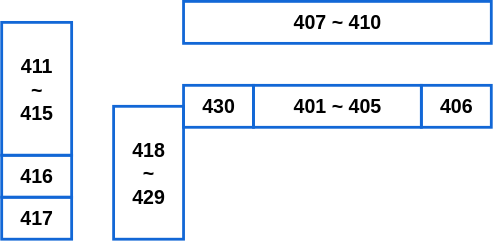
DKU-Opensource-Team23/Empty-Bear-FE keeps this draw.io diagram as public/images/floorplans/software/4f.svg. Above is the earlier version. Source tidied: cells renumbered, new cells last; positions are measured from the earlier drawing's top-left corner, leaving out a move shared by most shapes. The source it was exported from:
```xml
<mxGraphModel>
  <root>
    <mxCell id="0" />
    <mxCell id="1" parent="0" />
    <mxCell id="2" value="401 ~ 405" style="whiteSpace=wrap;html=1;rounded=0;strokeColor=#1267D6;strokeWidth=2;align=center;verticalAlign=middle;fontFamily=sans-serif;fontSize=14;fontColor=default;fontStyle=1;fillColor=none;gradientColor=none;" parent="1" vertex="1">
      <mxGeometry x="180" y="60" width="120" height="30" as="geometry" />
    </mxCell>
    <mxCell id="3" value="411&lt;div&gt;~&lt;/div&gt;&lt;div&gt;415&lt;/div&gt;" style="whiteSpace=wrap;html=1;rounded=0;strokeColor=#1267D6;strokeWidth=2;align=center;verticalAlign=middle;fontFamily=sans-serif;fontSize=14;fontColor=default;fontStyle=1;fillColor=none;gradientColor=none;" parent="1" vertex="1">
      <mxGeometry y="15" width="50" height="95" as="geometry" />
    </mxCell>
    <mxCell id="4" value="&lt;div&gt;418&lt;/div&gt;&lt;div&gt;~&lt;/div&gt;&lt;div&gt;429&lt;/div&gt;" style="whiteSpace=wrap;html=1;rounded=0;strokeColor=#1267D6;strokeWidth=2;align=center;verticalAlign=middle;fontFamily=sans-serif;fontSize=14;fontColor=default;fontStyle=1;fillColor=none;gradientColor=none;" parent="1" vertex="1">
      <mxGeometry x="80" y="75" width="50" height="95" as="geometry" />
    </mxCell>
    <mxCell id="5" value="416" style="whiteSpace=wrap;html=1;rounded=0;strokeColor=#1267D6;strokeWidth=2;align=center;verticalAlign=middle;fontFamily=sans-serif;fontSize=14;fontColor=default;fontStyle=1;fillColor=none;gradientColor=none;" parent="1" vertex="1">
      <mxGeometry y="110" width="50" height="30" as="geometry" />
    </mxCell>
    <mxCell id="6" value="417" style="whiteSpace=wrap;html=1;rounded=0;strokeColor=#1267D6;strokeWidth=2;align=center;verticalAlign=middle;fontFamily=sans-serif;fontSize=14;fontColor=default;fontStyle=1;fillColor=none;gradientColor=none;" parent="1" vertex="1">
      <mxGeometry y="140" width="50" height="30" as="geometry" />
    </mxCell>
    <mxCell id="7" value="406" style="whiteSpace=wrap;html=1;rounded=0;strokeColor=#1267D6;strokeWidth=2;align=center;verticalAlign=middle;fontFamily=sans-serif;fontSize=14;fontColor=default;fontStyle=1;fillColor=none;gradientColor=none;" parent="1" vertex="1">
      <mxGeometry x="300" y="60" width="50" height="30" as="geometry" />
    </mxCell>
    <mxCell id="8" value="430" style="whiteSpace=wrap;html=1;rounded=0;strokeColor=#1267D6;strokeWidth=2;align=center;verticalAlign=middle;fontFamily=sans-serif;fontSize=14;fontColor=default;fontStyle=1;fillColor=none;gradientColor=none;" parent="1" vertex="1">
      <mxGeometry x="130" y="60" width="50" height="30" as="geometry" />
    </mxCell>
    <mxCell id="9" value="407 ~ 410" style="whiteSpace=wrap;html=1;rounded=0;strokeColor=#1267D6;strokeWidth=2;align=center;verticalAlign=middle;fontFamily=sans-serif;fontSize=14;fontColor=default;fontStyle=1;fillColor=none;gradientColor=none;" parent="1" vertex="1">
      <mxGeometry x="130" width="220" height="30" as="geometry" />
    </mxCell>
  </root>
</mxGraphModel>
```
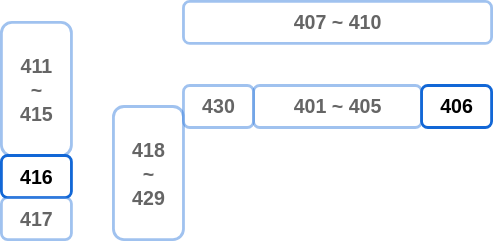
Later version of the same file.

The edit, as a diff of the source:
```diff
@@ -2,28 +2,28 @@
   <root>
     <mxCell id="0" />
     <mxCell id="1" parent="0" />
-    <mxCell id="2" value="401 ~ 405" style="whiteSpace=wrap;html=1;rounded=0;strokeColor=#1267D6;strokeWidth=2;align=center;verticalAlign=middle;fontFamily=sans-serif;fontSize=14;fontColor=default;fontStyle=1;fillColor=none;gradientColor=none;" parent="1" vertex="1">
+    <mxCell id="2" value="401 ~ 405" style="whiteSpace=wrap;html=1;rounded=1;strokeColor=#1267D6;strokeWidth=2;align=center;verticalAlign=middle;fontFamily=sans-serif;fontSize=14;fontColor=default;fontStyle=1;fillColor=#FFFFFF;gradientColor=none;shadow=0;glass=0;fillStyle=auto;opacity=40;textOpacity=60;" parent="1" vertex="1">
       <mxGeometry x="180" y="60" width="120" height="30" as="geometry" />
     </mxCell>
-    <mxCell id="3" value="411&lt;div&gt;~&lt;/div&gt;&lt;div&gt;415&lt;/div&gt;" style="whiteSpace=wrap;html=1;rounded=0;strokeColor=#1267D6;strokeWidth=2;align=center;verticalAlign=middle;fontFamily=sans-serif;fontSize=14;fontColor=default;fontStyle=1;fillColor=none;gradientColor=none;" parent="1" vertex="1">
+    <mxCell id="3" value="411&lt;div&gt;~&lt;/div&gt;&lt;div&gt;415&lt;/div&gt;" style="whiteSpace=wrap;html=1;rounded=1;strokeColor=#1267D6;strokeWidth=2;align=center;verticalAlign=middle;fontFamily=sans-serif;fontSize=14;fontColor=default;fontStyle=1;fillColor=#FFFFFF;gradientColor=none;shadow=0;glass=0;fillStyle=auto;opacity=40;textOpacity=60;" parent="1" vertex="1">
       <mxGeometry y="15" width="50" height="95" as="geometry" />
     </mxCell>
-    <mxCell id="4" value="&lt;div&gt;418&lt;/div&gt;&lt;div&gt;~&lt;/div&gt;&lt;div&gt;429&lt;/div&gt;" style="whiteSpace=wrap;html=1;rounded=0;strokeColor=#1267D6;strokeWidth=2;align=center;verticalAlign=middle;fontFamily=sans-serif;fontSize=14;fontColor=default;fontStyle=1;fillColor=none;gradientColor=none;" parent="1" vertex="1">
+    <mxCell id="4" value="&lt;div&gt;418&lt;/div&gt;&lt;div&gt;~&lt;/div&gt;&lt;div&gt;429&lt;/div&gt;" style="whiteSpace=wrap;html=1;rounded=1;strokeColor=#1267D6;strokeWidth=2;align=center;verticalAlign=middle;fontFamily=sans-serif;fontSize=14;fontColor=default;fontStyle=1;fillColor=#FFFFFF;gradientColor=none;shadow=0;glass=0;fillStyle=auto;opacity=40;textOpacity=60;" parent="1" vertex="1">
       <mxGeometry x="80" y="75" width="50" height="95" as="geometry" />
     </mxCell>
-    <mxCell id="5" value="416" style="whiteSpace=wrap;html=1;rounded=0;strokeColor=#1267D6;strokeWidth=2;align=center;verticalAlign=middle;fontFamily=sans-serif;fontSize=14;fontColor=default;fontStyle=1;fillColor=none;gradientColor=none;" parent="1" vertex="1">
+    <mxCell id="5" value="416" style="whiteSpace=wrap;html=1;rounded=1;strokeColor=#1267D6;strokeWidth=2;align=center;verticalAlign=middle;fontFamily=sans-serif;fontSize=14;fontColor=default;fontStyle=1;fillColor=none;gradientColor=none;" parent="1" vertex="1">
       <mxGeometry y="110" width="50" height="30" as="geometry" />
     </mxCell>
-    <mxCell id="6" value="417" style="whiteSpace=wrap;html=1;rounded=0;strokeColor=#1267D6;strokeWidth=2;align=center;verticalAlign=middle;fontFamily=sans-serif;fontSize=14;fontColor=default;fontStyle=1;fillColor=none;gradientColor=none;" parent="1" vertex="1">
+    <mxCell id="6" value="417" style="whiteSpace=wrap;html=1;rounded=1;strokeColor=#1267D6;strokeWidth=2;align=center;verticalAlign=middle;fontFamily=sans-serif;fontSize=14;fontColor=default;fontStyle=1;fillColor=#FFFFFF;gradientColor=none;shadow=0;glass=0;fillStyle=auto;opacity=40;textOpacity=60;" parent="1" vertex="1">
       <mxGeometry y="140" width="50" height="30" as="geometry" />
     </mxCell>
-    <mxCell id="7" value="406" style="whiteSpace=wrap;html=1;rounded=0;strokeColor=#1267D6;strokeWidth=2;align=center;verticalAlign=middle;fontFamily=sans-serif;fontSize=14;fontColor=default;fontStyle=1;fillColor=none;gradientColor=none;" parent="1" vertex="1">
+    <mxCell id="7" value="406" style="whiteSpace=wrap;html=1;rounded=1;strokeColor=#1267D6;strokeWidth=2;align=center;verticalAlign=middle;fontFamily=sans-serif;fontSize=14;fontColor=default;fontStyle=1;fillColor=none;gradientColor=none;" parent="1" vertex="1">
       <mxGeometry x="300" y="60" width="50" height="30" as="geometry" />
     </mxCell>
-    <mxCell id="8" value="430" style="whiteSpace=wrap;html=1;rounded=0;strokeColor=#1267D6;strokeWidth=2;align=center;verticalAlign=middle;fontFamily=sans-serif;fontSize=14;fontColor=default;fontStyle=1;fillColor=none;gradientColor=none;" parent="1" vertex="1">
+    <mxCell id="8" value="430" style="whiteSpace=wrap;html=1;rounded=1;strokeColor=#1267D6;strokeWidth=2;align=center;verticalAlign=middle;fontFamily=sans-serif;fontSize=14;fontColor=default;fontStyle=1;fillColor=#FFFFFF;gradientColor=none;shadow=0;glass=0;fillStyle=auto;opacity=40;textOpacity=60;" parent="1" vertex="1">
       <mxGeometry x="130" y="60" width="50" height="30" as="geometry" />
     </mxCell>
-    <mxCell id="9" value="407 ~ 410" style="whiteSpace=wrap;html=1;rounded=0;strokeColor=#1267D6;strokeWidth=2;align=center;verticalAlign=middle;fontFamily=sans-serif;fontSize=14;fontColor=default;fontStyle=1;fillColor=none;gradientColor=none;" parent="1" vertex="1">
+    <mxCell id="9" value="407 ~ 410" style="whiteSpace=wrap;html=1;rounded=1;strokeColor=#1267D6;strokeWidth=2;align=center;verticalAlign=middle;fontFamily=sans-serif;fontSize=14;fontColor=default;fontStyle=1;fillColor=#FFFFFF;gradientColor=none;shadow=0;glass=0;fillStyle=auto;opacity=40;textOpacity=60;" parent="1" vertex="1">
       <mxGeometry x="130" width="220" height="30" as="geometry" />
     </mxCell>
   </root>
```
